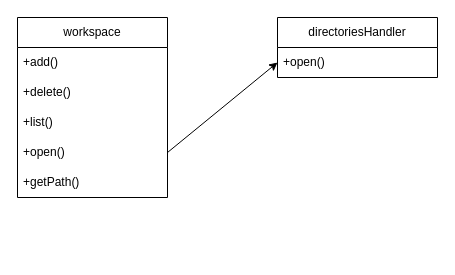
Before: docs/draws.dio in LucasTrino/pjt, a draw.io diagram. Source tidied: cells renumbered, new cells numbered last; positions are measured from the earlier drawing's top-left corner, leaving out a move shared by most shapes. Both pictures are drawn from the tidied source at 100%, with x=0, y=0 at pixel (17, 17).
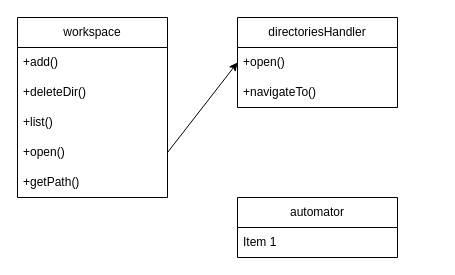
The same diagram, later.

Diff of the diagram source:
```diff
@@
 <mxGraphModel>
   <root>
     <mxCell id="0" />
     <mxCell id="1" parent="0" />
     <mxCell id="2" value="workspace" style="swimlane;fontStyle=0;horizontal=1;startSize=30;whiteSpace=wrap;html=1;" parent="1" vertex="1">
       <mxGeometry width="150" height="180" as="geometry" />
     </mxCell>
     <mxCell id="3" value="+add()" style="text;strokeColor=none;fillColor=none;align=left;verticalAlign=middle;spacingLeft=4;spacingRight=4;overflow=hidden;whiteSpace=wrap;html=1;" parent="2" vertex="1">
       <mxGeometry y="30" width="150" height="30" as="geometry" />
     </mxCell>
-    <mxCell id="4" value="+delete()" style="text;strokeColor=none;fillColor=none;align=left;verticalAlign=middle;spacingLeft=4;spacingRight=4;overflow=hidden;whiteSpace=wrap;html=1;" parent="2" vertex="1">
+    <mxCell id="4" value="+deleteDir()" style="text;strokeColor=none;fillColor=none;align=left;verticalAlign=middle;spacingLeft=4;spacingRight=4;overflow=hidden;whiteSpace=wrap;html=1;" parent="2" vertex="1">
       <mxGeometry y="60" width="150" height="30" as="geometry" />
     </mxCell>
     <mxCell id="5" value="&lt;span style=&quot;color: rgb(0, 0, 0);&quot;&gt;+list()&lt;/span&gt;" style="text;strokeColor=none;fillColor=none;align=left;verticalAlign=middle;spacingLeft=4;spacingRight=4;overflow=hidden;whiteSpace=wrap;html=1;" parent="2" vertex="1">
       <mxGeometry y="90" width="150" height="30" as="geometry" />
     </mxCell>
     <mxCell id="6" value="+open()" style="text;strokeColor=none;fillColor=none;align=left;verticalAlign=middle;spacingLeft=4;spacingRight=4;overflow=hidden;points=[[0,0.5],[1,0.5]];portConstraint=eastwest;whiteSpace=wrap;html=1;" parent="2" vertex="1">
       <mxGeometry y="120" width="150" height="30" as="geometry" />
     </mxCell>
     <mxCell id="7" value="+getPath()" style="text;strokeColor=none;fillColor=none;align=left;verticalAlign=middle;spacingLeft=4;spacingRight=4;overflow=hidden;whiteSpace=wrap;html=1;" parent="2" vertex="1">
       <mxGeometry y="150" width="150" height="30" as="geometry" />
     </mxCell>
     <mxCell id="8" value="directoriesHandler" style="swimlane;fontStyle=0;horizontal=1;startSize=30;whiteSpace=wrap;html=1;" parent="1" vertex="1">
-      <mxGeometry x="260" width="160" height="60" as="geometry" />
+      <mxGeometry x="220" width="160" height="90" as="geometry" />
     </mxCell>
     <mxCell id="9" value="+open()" style="text;strokeColor=none;fillColor=none;align=left;verticalAlign=middle;spacingLeft=4;spacingRight=4;overflow=hidden;points=[[0,0.5],[1,0.5]];portConstraint=eastwest;whiteSpace=wrap;html=1;" parent="8" vertex="1">
       <mxGeometry y="30" width="160" height="30" as="geometry" />
     </mxCell>
+    <mxCell id="11" value="+navigateTo()" style="text;strokeColor=none;fillColor=none;align=left;verticalAlign=middle;spacingLeft=4;spacingRight=4;overflow=hidden;whiteSpace=wrap;html=1;" parent="8" vertex="1">
+      <mxGeometry y="60" width="160" height="30" as="geometry" />
+    </mxCell>
     <mxCell id="10" style="endArrow=classic;html=1;entryX=0;entryY=0.5;entryDx=0;entryDy=0;exitX=1;exitY=0.5;exitDx=0;exitDy=0;" parent="1" edge="1" source="6" target="9">
       <mxGeometry relative="1" as="geometry" />
     </mxCell>
+    <mxCell id="12" value="automator" style="swimlane;fontStyle=0;horizontal=1;startSize=30;whiteSpace=wrap;html=1;" parent="1" vertex="1">
+      <mxGeometry x="220" y="180" width="160" height="60" as="geometry" />
+    </mxCell>
+    <mxCell id="13" value="Item 1" style="text;strokeColor=none;fillColor=none;align=left;verticalAlign=middle;spacingLeft=4;spacingRight=4;overflow=hidden;whiteSpace=wrap;html=1;" parent="12" vertex="1">
+      <mxGeometry y="30" width="160" height="30" as="geometry" />
+    </mxCell>
   </root>
 </mxGraphModel>
```
